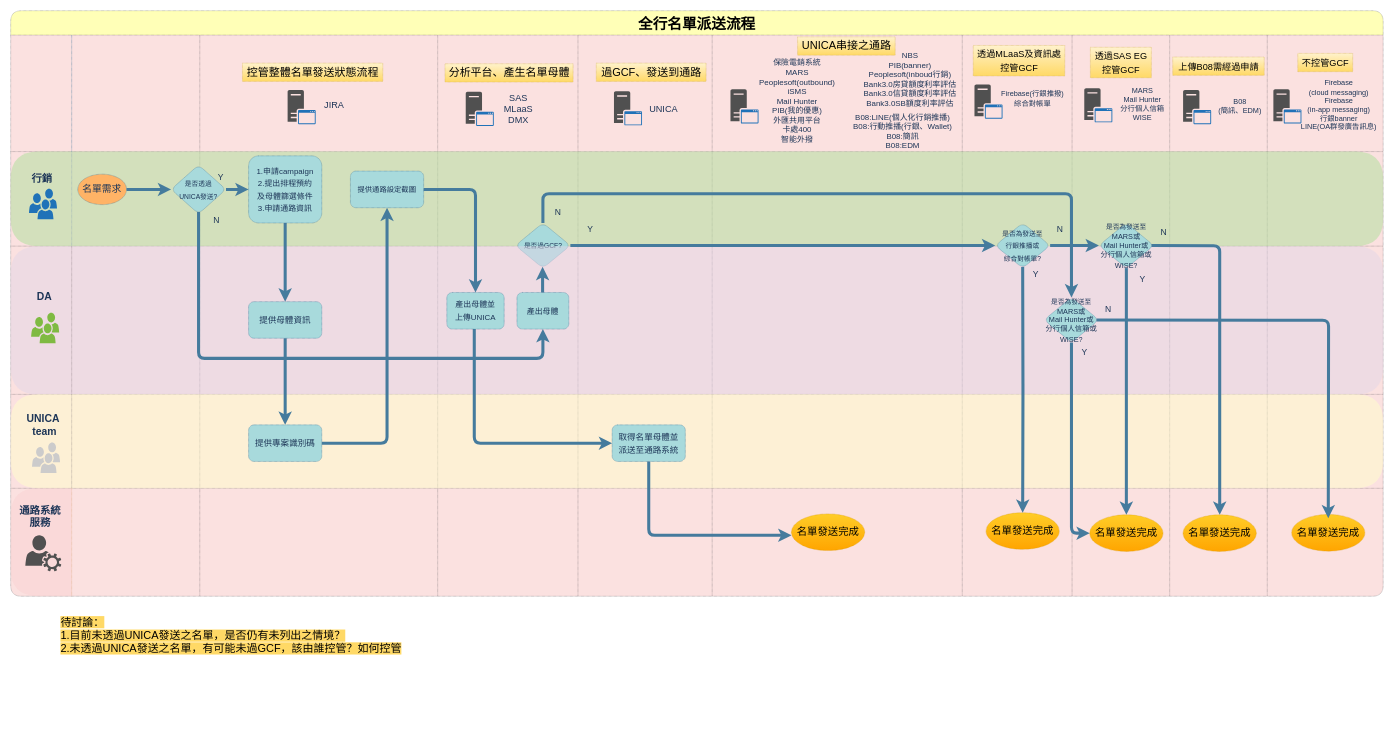
Above: 全行名單流程.drawio in colin03564/drawio (draw.io), before the change. Source tidied: cells renumbered, new cells numbered last; positions are measured from the earlier drawing's top-left corner, leaving out a move shared by most shapes. Both pictures are drawn from the tidied source at 61%, with x=0, y=0 at pixel (10, 10).
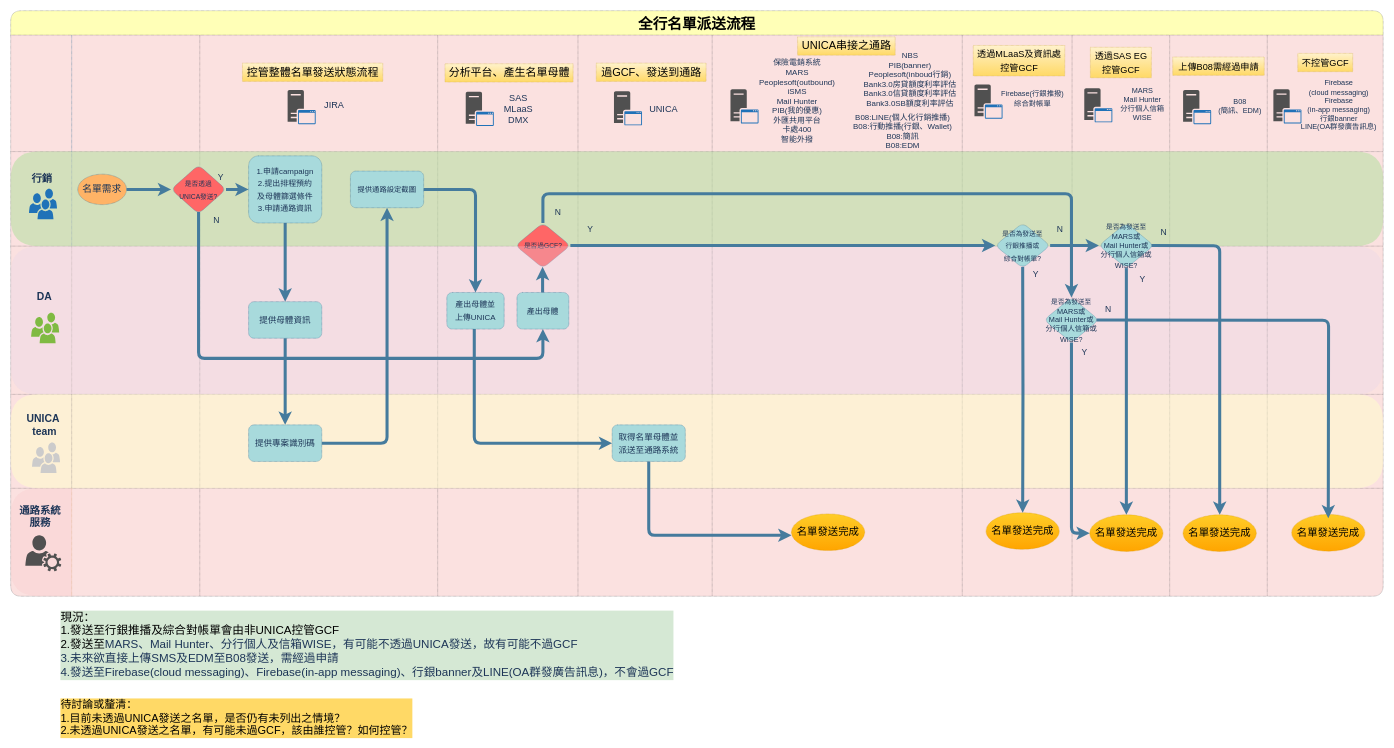
The same page after the edit.

Commit message (it also covers changes not shown here):
更新全行名單流程.drawio

Unchanged cells that the change refers to:
```xml
<mxCell id="2" value="全行名單派送流程" style="shape=table;childLayout=tableLayout;startSize=40;fontStyle=1;rounded=1;strokeColor=#36393d;fillColor=#ffff88;fontSize=24;dashed=1;dashPattern=1 1;swimlaneFillColor=#F8CECC;arcSize=15;opacity=60;" parent="1" vertex="1">
  <mxGeometry width="2250" height="960" as="geometry" />
</mxCell>
<mxCell id="43" style="swimlane;swimlaneHead=0;swimlaneBody=0;fontStyle=0;fillColor=#B9E0A5;startSize=0;fontStyle=1;rounded=1;fontColor=#1D3557;strokeColor=#457B9D;dashed=1;dashPattern=1 1;" parent="39" vertex="1">
  <mxGeometry x="310" width="390" height="155" as="geometry" />
</mxCell>
<mxCell id="48" style="swimlane;swimlaneHead=0;swimlaneBody=0;fontStyle=0;fillColor=#B9E0A5;startSize=0;fontStyle=1;rounded=1;fontColor=#1D3557;strokeColor=#457B9D;dashed=1;dashPattern=1 1;" parent="39" vertex="1">
  <mxGeometry x="700" width="230" height="155" as="geometry" />
</mxCell>
```

Change to the diagram source:
```diff
@@
-    <mxCell id="45" value="&lt;font style=&quot;font-size: 11px;&quot;&gt;是否透過&lt;br&gt;UNICA發送?&lt;/font&gt;" style="rhombus;whiteSpace=wrap;html=1;fontSize=17;fillColor=#A8DADC;strokeColor=#457B9D;fontColor=#1D3557;rounded=1;dashed=1;dashPattern=1 1;" parent="43" vertex="1">
+    <mxCell id="45" value="&lt;font style=&quot;font-size: 11px;&quot;&gt;是否透過&lt;br&gt;UNICA發送?&lt;/font&gt;" style="rhombus;whiteSpace=wrap;html=1;fontSize=17;fillColor=#FF6666;strokeColor=#457B9D;fontColor=#1D3557;rounded=1;dashed=1;dashPattern=1 1;" parent="43" vertex="1">
       <mxGeometry x="-47" y="22" width="90" height="80" as="geometry" />
     </mxCell>
@@
-    <mxCell id="50" value="&lt;font style=&quot;font-size: 11px;&quot;&gt;是否過GCF?&lt;/font&gt;" style="rhombus;whiteSpace=wrap;html=1;fontSize=17;fillColor=#A8DADC;strokeColor=#457B9D;fontColor=#1D3557;rounded=1;dashed=1;dashPattern=1 1;" parent="48" vertex="1">
+    <mxCell id="50" value="&lt;font style=&quot;font-size: 11px;&quot;&gt;是否過GCF?&lt;/font&gt;" style="rhombus;whiteSpace=wrap;html=1;fontSize=17;fillColor=#FF6666;strokeColor=#457B9D;fontColor=#1D3557;rounded=1;dashed=1;dashPattern=1 1;shadow=0;" parent="48" vertex="1">
       <mxGeometry x="127.5" y="117" width="90" height="74" as="geometry" />
     </mxCell>
@@
-    <mxCell id="62" style="shape=tableRow;horizontal=0;startSize=100;swimlaneHead=0;swimlaneBody=0;top=0;left=0;bottom=0;right=0;fillColor=#e1d5e7;fontStyle=1;rounded=1;strokeColor=#333333;dashed=1;dashPattern=1 1;swimlaneFillColor=#E1D5E7;opacity=50;gradientColor=none;" parent="2" vertex="1">
+    <mxCell id="62" style="shape=tableRow;horizontal=0;startSize=100;swimlaneHead=0;swimlaneBody=0;top=0;left=0;bottom=0;right=0;fillColor=#e1d5e7;fontStyle=1;rounded=1;strokeColor=#333333;dashed=1;dashPattern=1 1;swimlaneFillColor=#E1D5E7;opacity=30;gradientColor=none;" parent="2" vertex="1">
       <mxGeometry y="386" width="2250" height="243" as="geometry" />
     </mxCell>
@@
-    <mxCell id="133" value="&lt;font style=&quot;font-size: 18px;&quot;&gt;&lt;span style=&quot;background-color: rgb(255, 217, 102);&quot;&gt;待討論：&lt;br&gt;1.目前未透過UNICA發送之名單，是否仍有未列出之情境？&lt;br&gt;2.未透過UNICA發送之名單，有可能未過GCF，該由誰控管？如何控管&lt;/span&gt;&lt;br&gt;&lt;/font&gt;" style="text;html=1;align=left;verticalAlign=middle;fillColor=none;strokeColor=none;rounded=0;fontSize=13;opacity=50;" parent="1" vertex="1">
-      <mxGeometry x="79.5" y="995" width="570" height="60" as="geometry" />
+    <mxCell id="133" value="&lt;font style=&quot;font-size: 18px;&quot;&gt;&lt;span style=&quot;&quot;&gt;待討論或釐清：&lt;br&gt;1.目前未透過UNICA發送之名單，是否仍有未列出之情境？&lt;br&gt;2.未透過UNICA發送之名單，有可能未過GCF，該由誰控管？如何控管？&lt;/span&gt;&lt;br&gt;&lt;/font&gt;" style="text;html=1;align=left;verticalAlign=middle;fillColor=none;strokeColor=none;rounded=0;fontSize=13;opacity=50;labelBackgroundColor=#FFD966;" parent="1" vertex="1">
+      <mxGeometry x="79.5" y="1130" width="590" height="60" as="geometry" />
     </mxCell>
+    <mxCell id="134" value="&lt;font style=&quot;font-size: 19px;&quot;&gt;&lt;span style=&quot;&quot;&gt;現況：&lt;br style=&quot;&quot;&gt;1.發送至行銀推播及綜合對帳單會由非UNICA控管GCF&lt;br style=&quot;&quot;&gt;2.發送至&lt;span style=&quot;color: rgb(29, 53, 87); text-align: center;&quot;&gt;MARS、&lt;/span&gt;&lt;span style=&quot;color: rgb(29, 53, 87); text-align: center;&quot;&gt;Mail Hunter、&lt;/span&gt;&lt;span style=&quot;color: rgb(29, 53, 87); text-align: center;&quot;&gt;分行個人及信箱&lt;/span&gt;&lt;span style=&quot;color: rgb(29, 53, 87); text-align: center;&quot;&gt;WISE，有可能不透過UNICA發送，故有可能不過GCF&lt;br style=&quot;&quot;&gt;&lt;/span&gt;&lt;/span&gt;&lt;span style=&quot;color: rgb(29, 53, 87); text-align: center;&quot;&gt;3.未來欲直接上傳SMS及EDM至B08發送，需經過申請&lt;br&gt;4.發送至&lt;/span&gt;&lt;span style=&quot;color: rgb(29, 53, 87); text-align: center;&quot;&gt;Firebase&lt;/span&gt;&lt;span style=&quot;color: rgb(29, 53, 87); text-align: center;&quot;&gt;(cloud messaging)、&lt;/span&gt;&lt;span style=&quot;color: rgb(29, 53, 87); text-align: center;&quot;&gt;Firebase&lt;/span&gt;&lt;span style=&quot;color: rgb(29, 53, 87); text-align: center;&quot;&gt;(in-app messaging)、&lt;/span&gt;&lt;span style=&quot;color: rgb(29, 53, 87); text-align: center;&quot;&gt;行銀banner及&lt;/span&gt;&lt;span style=&quot;color: rgb(29, 53, 87); text-align: center;&quot;&gt;LINE(OA群發廣告訊息)，不會過GCF&lt;/span&gt;&lt;span style=&quot;color: rgb(29, 53, 87); font-size: 12px; text-align: center;&quot;&gt;&lt;br&gt;&lt;/span&gt;&lt;/font&gt;" style="text;html=1;align=left;verticalAlign=middle;fillColor=none;strokeColor=none;rounded=0;fontSize=18;opacity=50;labelBackgroundColor=#D5E8D4;" parent="1" vertex="1">
+      <mxGeometry x="79.5" y="980" width="1020" height="120" as="geometry" />
+    </mxCell>
```
